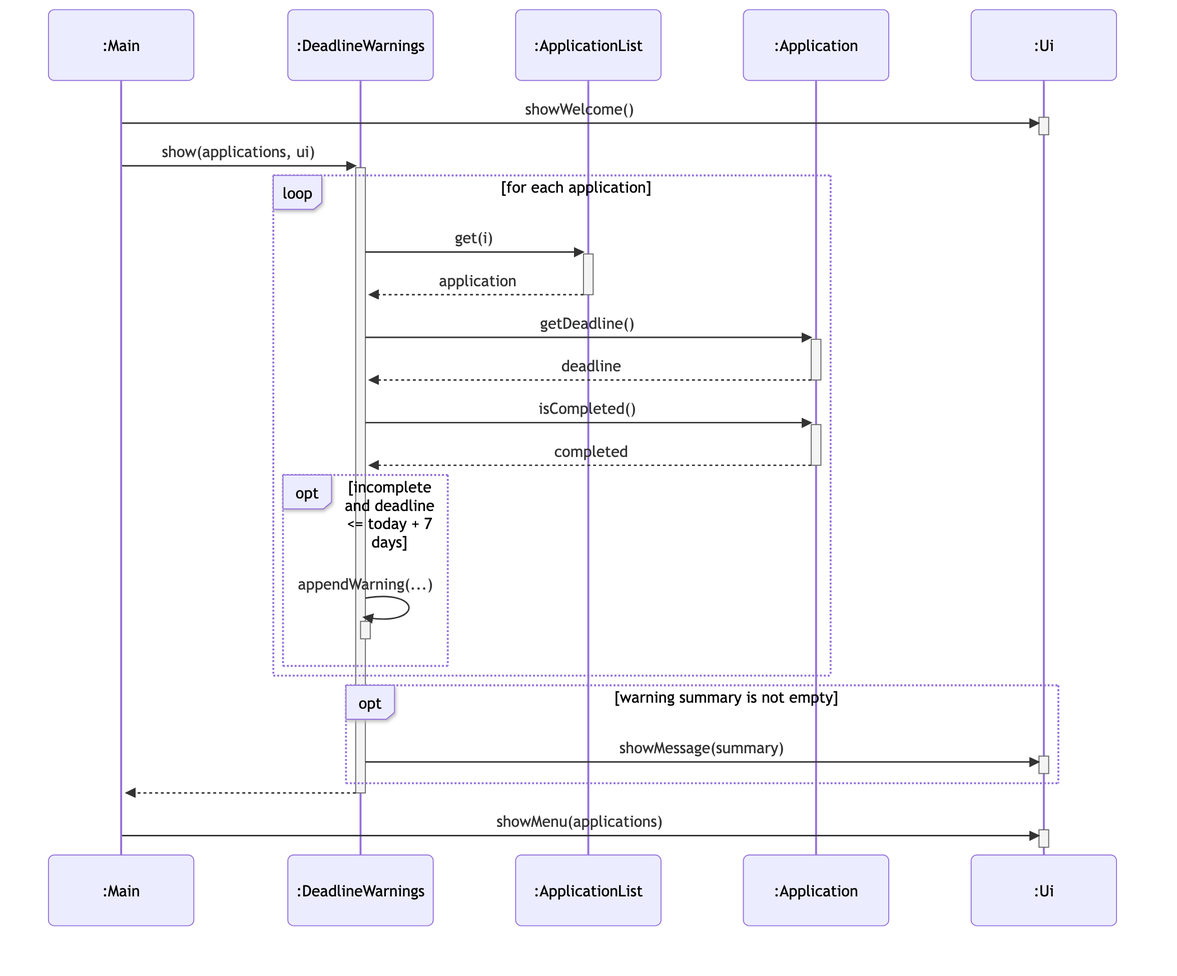
Earlier version of the Mermaid export docs/diagrams/deadline-warnings-sequence.png (AY2627S1-CS2113-T10-2/tp). Its source is kept beside it as docs/diagrams/sources/deadline-warnings-sequence.mmd.
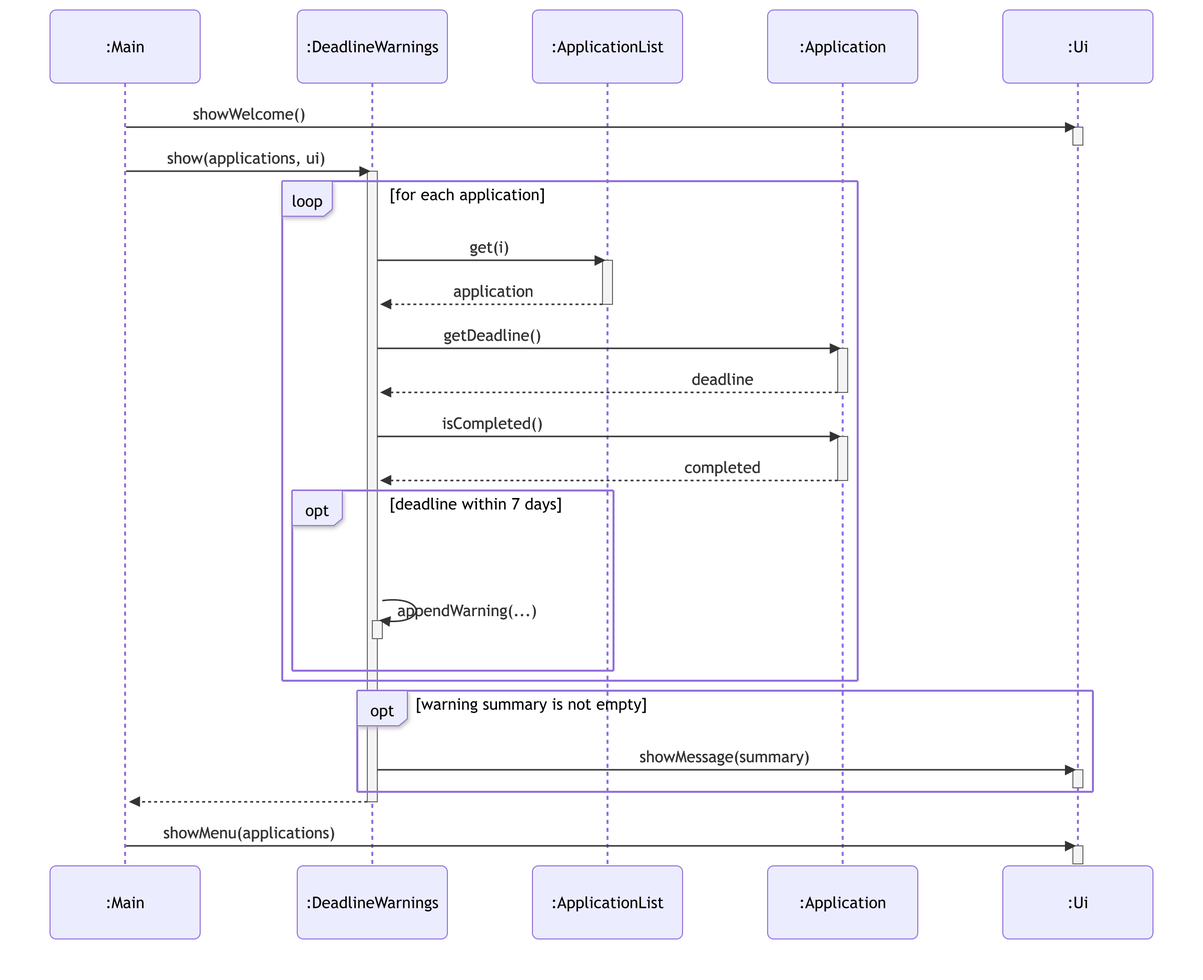
After the change.

The edit, as a diff of the source:
```diff
@@ -1,3 +1,5 @@
+%%{init: {'theme': 'default', 'sequence': {'actorMargin': 85, 'messageMargin': 45}}}%%
+%%{init: {'theme': 'default', 'sequence': {'actorMargin': 85, 'messageMargin': 45}}}%%
 %%{init: {'theme': 'default', 'sequence': {'actorMargin': 85, 'messageMargin': 45}}}%%
 sequenceDiagram
     participant main as :Main
@@ -27,7 +29,7 @@
         app-->>warnings: completed
         deactivate app
 
-        opt incomplete and deadline <= today + 7 days
+        opt deadline within 7 days
             warnings->>warnings: appendWarning(...)
             activate warnings
             deactivate warnings
```
